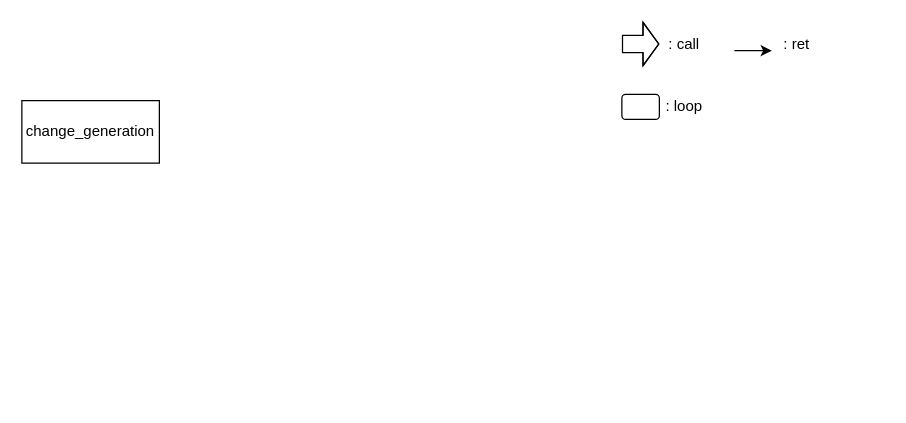
Before: GA/change_generation.drawio in fr0g2s/p, a draw.io diagram. Source tidied: cells renumbered, new cells numbered last; positions are measured from the earlier drawing's top-left corner, leaving out a move shared by most shapes. Both pictures are drawn from the tidied source at 125%, with x=0, y=0 at pixel (21, 25).
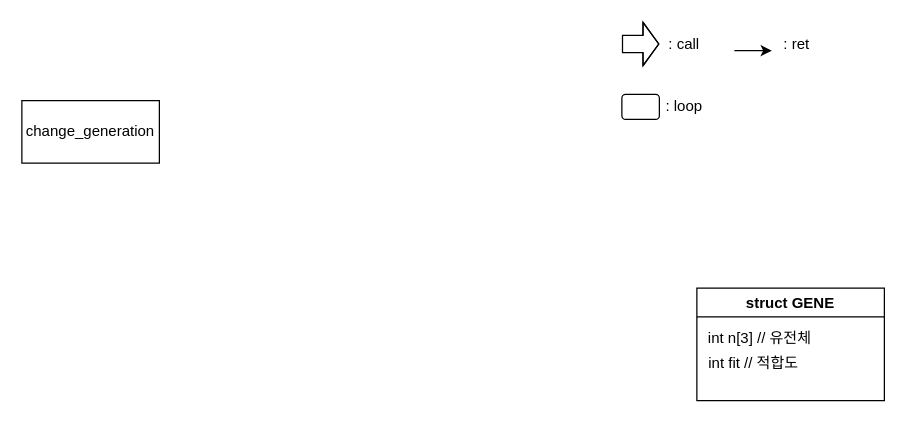
Above is the later version.

The edit, as a diff of the source:
```diff
@@
 <mxGraphModel>
   <root>
     <mxCell id="0" />
     <mxCell id="1" parent="0" />
     <mxCell id="2" style="shape=flexArrow;endArrow=classic;html=1;rounded=0;strokeWidth=1;edgeStyle=orthogonalEdgeStyle;width=13.714285714285714;endSize=3.8628571428571425;" parent="1" edge="1">
       <mxGeometry relative="1" as="geometry">
         <mxPoint x="480" y="14.7" as="sourcePoint" />
         <mxPoint x="510" y="14.7" as="targetPoint" />
         <Array as="points">
           <mxPoint x="490" y="15" />
           <mxPoint x="490" y="15" />
         </Array>
       </mxGeometry>
     </mxCell>
     <mxCell id="3" value=": call" style="text;html=1;strokeColor=none;fillColor=none;align=center;verticalAlign=middle;whiteSpace=wrap;rounded=0;" parent="1" vertex="1">
       <mxGeometry x="500" width="60" height="30" as="geometry" />
     </mxCell>
     <mxCell id="4" style="endArrow=classic;html=1;rounded=0;strokeWidth=1;edgeStyle=orthogonalEdgeStyle;" parent="1" edge="1">
       <mxGeometry relative="1" as="geometry">
         <mxPoint x="570" y="20" as="sourcePoint" />
         <mxPoint x="600" y="20" as="targetPoint" />
       </mxGeometry>
     </mxCell>
     <mxCell id="5" value=": ret" style="text;html=1;strokeColor=none;fillColor=none;align=center;verticalAlign=middle;whiteSpace=wrap;rounded=0;" parent="1" vertex="1">
       <mxGeometry x="590" width="60" height="30" as="geometry" />
     </mxCell>
     <mxCell id="6" style="rounded=1;whiteSpace=wrap;html=1;fillColor=none;strokeColor=default;shadow=0;sketch=0;glass=1;" parent="1" vertex="1">
       <mxGeometry x="480" y="55" width="30" height="20" as="geometry" />
     </mxCell>
     <mxCell id="7" value=": loop" style="text;html=1;strokeColor=none;fillColor=none;align=center;verticalAlign=middle;whiteSpace=wrap;rounded=0;" parent="1" vertex="1">
       <mxGeometry x="500" y="50" width="60" height="30" as="geometry" />
     </mxCell>
     <mxCell id="8" value="change_generation" style="rounded=0;whiteSpace=wrap;html=1;" parent="1" vertex="1">
       <mxGeometry y="60" width="110" height="50" as="geometry" />
     </mxCell>
+    <mxCell id="9" value="struct GENE" style="swimlane;" parent="1" vertex="1">
+      <mxGeometry x="540" y="210" width="150" height="90" as="geometry" />
+    </mxCell>
+    <mxCell id="10" value="int n[3] // 유전체" style="text;html=1;align=center;verticalAlign=middle;strokeColor=none;fillColor=none;" parent="9" vertex="1">
+      <mxGeometry y="30" width="100" height="20" as="geometry" />
+    </mxCell>
+    <mxCell id="11" value="int fit // 적합도" style="text;html=1;align=center;verticalAlign=middle;strokeColor=none;fillColor=none;" parent="9" vertex="1">
+      <mxGeometry y="50" width="90" height="20" as="geometry" />
+    </mxCell>
   </root>
 </mxGraphModel>
```
